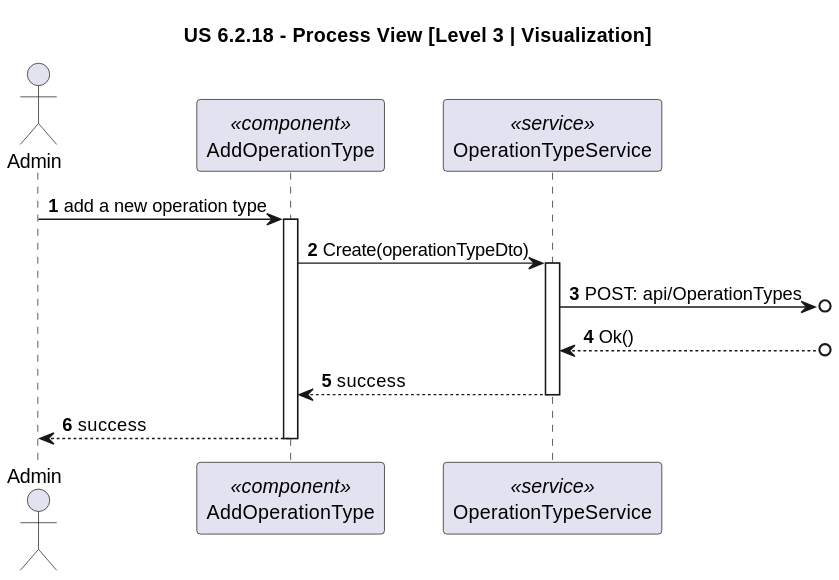
Earlier version of the PlantUML export docs/sprint-2/1220683/us-6.2.18/diagrams/Process_View/Level-3/us6.2.18-process-view-visualization-level3.svg (rita-barbosa/LAPR5-2425).
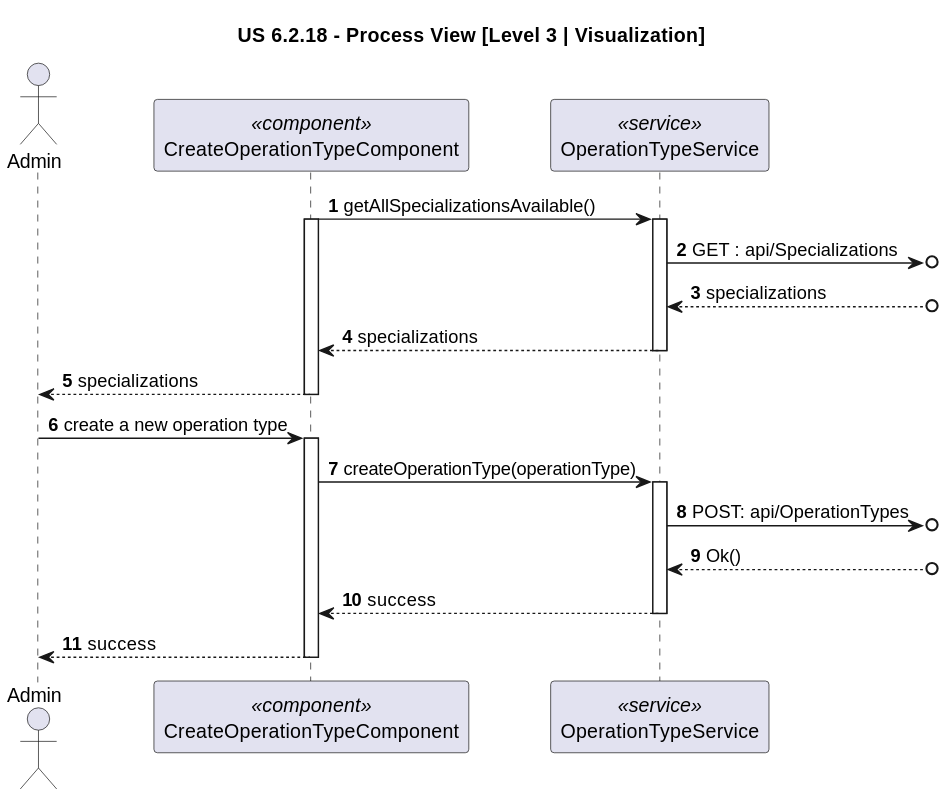
Above is the later version.

Diff of the diagram source:
```diff
@@ -3,13 +3,28 @@
 
 autonumber
 actor "Admin" as USER
-participant "AddOperationType" as AOT <<component>>
+participant "CreateOperationTypeComponent" as AOT <<component>>
 participant "OperationTypeService" as OTS <<service>>
 
-USER -> AOT : add a new operation type
+AOT -> OTS : getAllSpecializationsAvailable()
+activate AOT
+activate OTS
+
+OTS ->o] : GET : api/Specializations
+
+OTS <--o]  : specializations
+
+OTS --> AOT : specializations
+deactivate OTS
+
+AOT --> USER : specializations
+deactivate AOT
+
+
+USER -> AOT : create a new operation type
 activate AOT
 
-AOT -> OTS : Create(operationTypeDto)
+AOT -> OTS : createOperationType(operationType)
 activate OTS
 
 OTS ->o] : POST: api/OperationTypes
```
